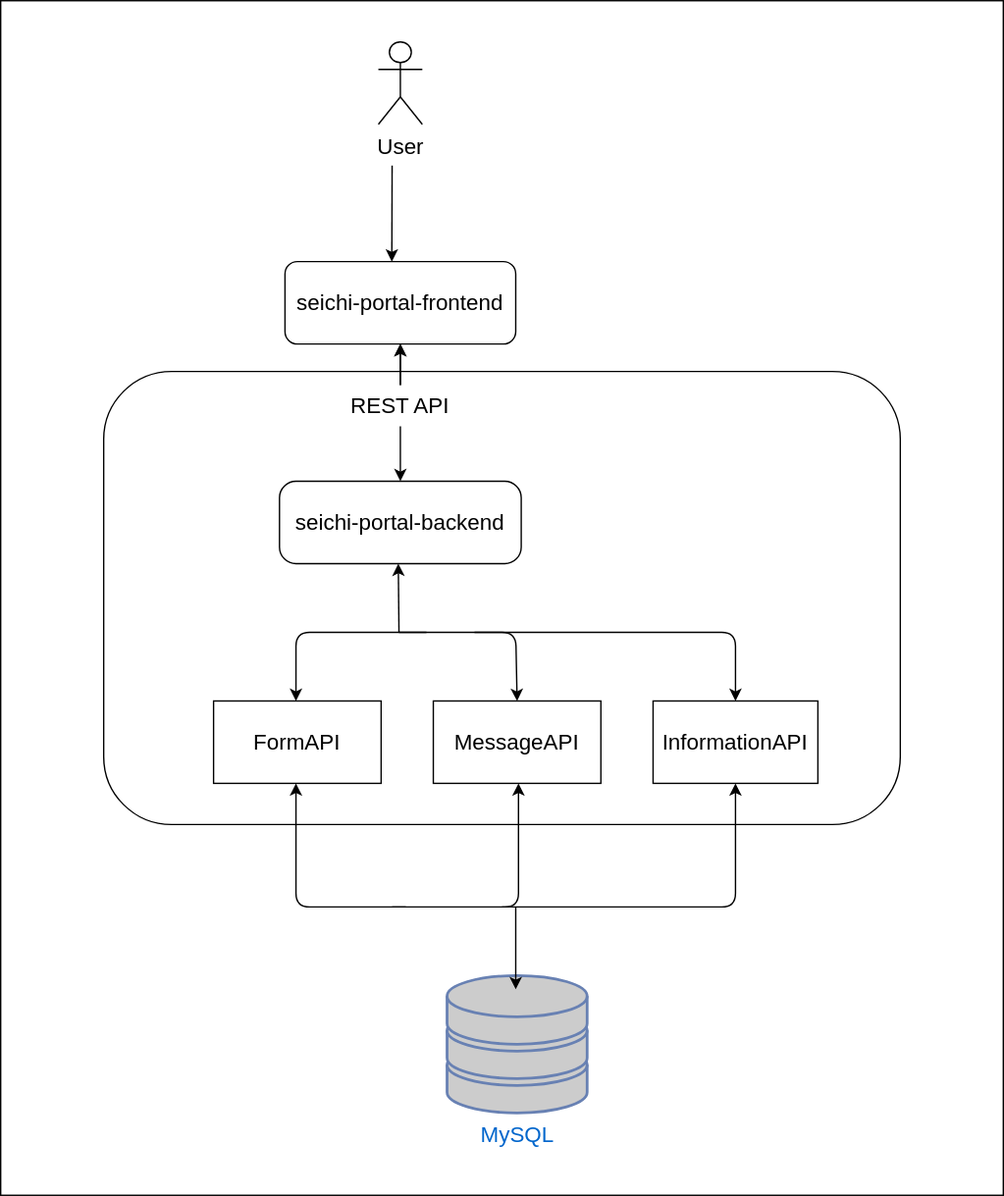
The draw.io diagram docs/overhead-view.drawio.svg in GiganticMinecraft/seichi-portal-backend, before a commit. Source tidied: cells renumbered, new cells last; positions are measured from the earlier drawing's top-left corner, leaving out a move shared by most shapes.
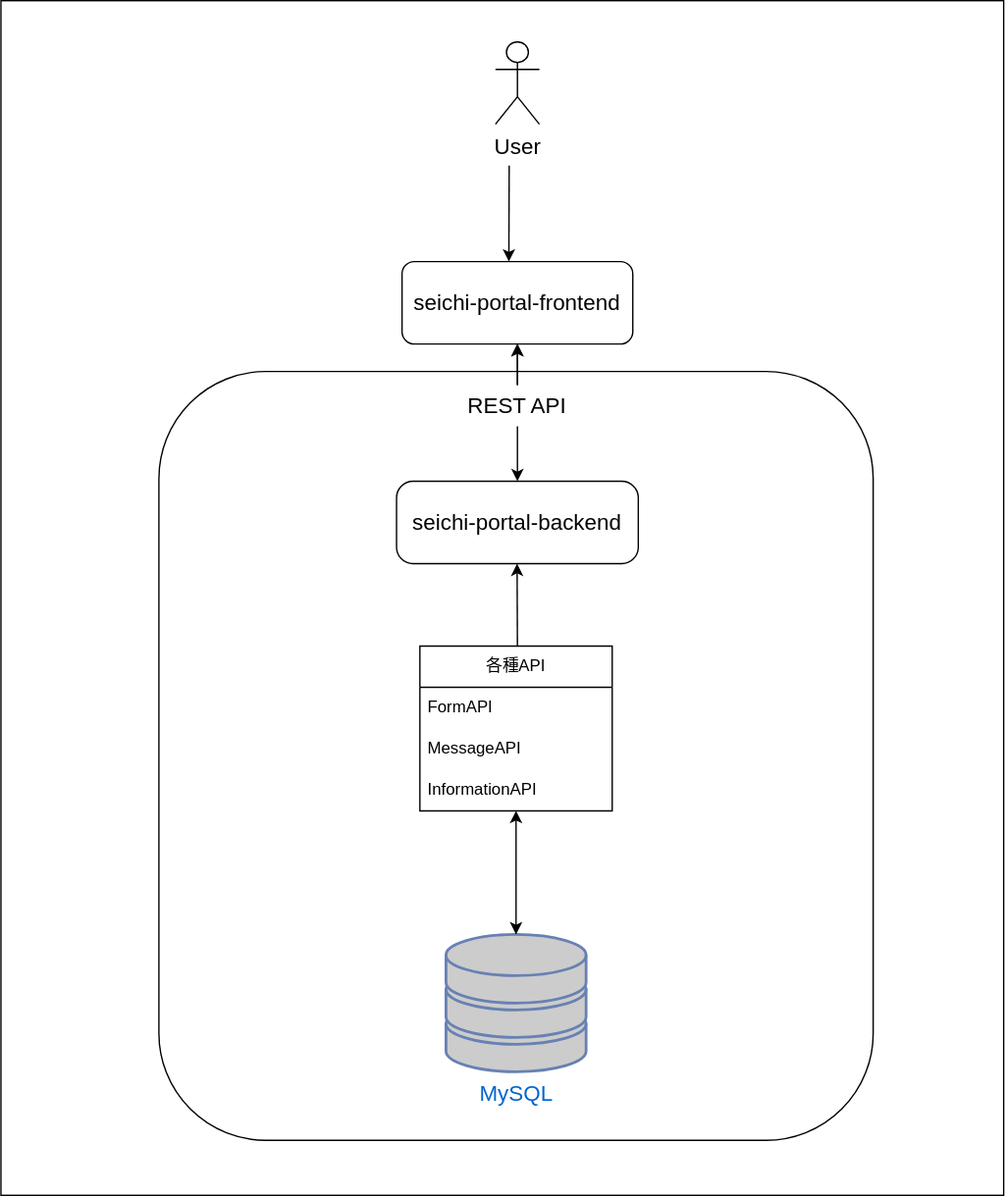
The same diagram one commit later.

Commit message:
chore: 俯瞰図の見通しをよくする

What changed in the source:
```diff
@@ -3,13 +3,13 @@
     <mxCell id="0" />
     <mxCell id="1" parent="0" />
     <mxCell id="2" style="rounded=0;whiteSpace=wrap;html=1;" parent="1" vertex="1">
-      <mxGeometry width="730" height="870" as="geometry" />
+      <mxGeometry x="-85" width="730" height="870" as="geometry" />
     </mxCell>
     <mxCell id="3" style="rounded=1;whiteSpace=wrap;html=1;strokeWidth=1;fontSize=16;" parent="1" vertex="1">
-      <mxGeometry x="75" y="270" width="580" height="330" as="geometry" />
+      <mxGeometry x="30" y="270" width="520" height="560" as="geometry" />
     </mxCell>
     <mxCell id="4" value="MySQL" style="fontColor=#0066CC;verticalAlign=top;verticalLabelPosition=bottom;labelPosition=center;align=center;html=1;outlineConnect=0;fillColor=#CCCCCC;strokeColor=#6881B3;gradientColor=none;gradientDirection=north;strokeWidth=2;shape=mxgraph.networks.storage;fontSize=16;" parent="1" vertex="1">
-      <mxGeometry x="325" y="710" width="102" height="100" as="geometry" />
+      <mxGeometry x="239" y="680" width="102" height="100" as="geometry" />
     </mxCell>
     <mxCell id="5" value="seichi-portal-backend" style="rounded=1;whiteSpace=wrap;html=1;strokeWidth=1;fontSize=16;arcSize=20;" parent="1" vertex="1">
       <mxGeometry x="203" y="350" width="176" height="60" as="geometry" />
@@ -37,78 +37,28 @@
     <mxCell id="12" style="endArrow=classic;html=1;fontSize=16;entryX=0.5;entryY=1;entryDx=0;entryDy=0;exitX=0.5;exitY=0;exitDx=0;exitDy=0;" parent="1" edge="1" source="11" target="7">
       <mxGeometry relative="1" as="geometry" />
     </mxCell>
+    <mxCell id="15" style="endArrow=classic;html=1;fontSize=16;exitX=0.5;exitY=0;exitDx=0;exitDy=0;" parent="1" edge="1">
+      <mxGeometry relative="1" as="geometry">
+        <mxPoint x="291" y="470" as="sourcePoint" />
+        <mxPoint x="290.8" y="410" as="targetPoint" />
+      </mxGeometry>
+    </mxCell>
+    <mxCell id="24" style="endArrow=classic;startArrow=classic;html=1;" parent="1" edge="1" source="4">
+      <mxGeometry relative="1" as="geometry">
+        <mxPoint x="290" y="590" as="targetPoint" />
+      </mxGeometry>
+    </mxCell>
+    <mxCell id="25" value="各種API" style="swimlane;fontStyle=0;horizontal=1;startSize=30;whiteSpace=wrap;html=1;" parent="1" vertex="1">
+      <mxGeometry x="220" y="470" width="140" height="120" as="geometry" />
+    </mxCell>
-    <mxCell id="13" value="FormAPI" style="rounded=0;whiteSpace=wrap;html=1;strokeWidth=1;fontSize=16;" parent="1" vertex="1">
-      <mxGeometry x="155" y="510" width="122" height="60" as="geometry" />
+    <mxCell id="13" value="FormAPI" style="text;strokeColor=none;fillColor=none;align=left;verticalAlign=middle;spacingLeft=4;spacingRight=4;overflow=hidden;whiteSpace=wrap;html=1;" parent="25" vertex="1">
+      <mxGeometry y="30" width="140" height="30" as="geometry" />
     </mxCell>
-    <mxCell id="14" value="MessageAPI" style="rounded=0;whiteSpace=wrap;html=1;strokeWidth=1;fontSize=16;" parent="1" vertex="1">
-      <mxGeometry x="315" y="510" width="122" height="60" as="geometry" />
+    <mxCell id="14" value="MessageAPI" style="text;strokeColor=none;fillColor=none;align=left;verticalAlign=middle;spacingLeft=4;spacingRight=4;overflow=hidden;points=[[0,0.5],[1,0.5]];portConstraint=eastwest;whiteSpace=wrap;html=1;" parent="25" vertex="1">
+      <mxGeometry y="60" width="140" height="30" as="geometry" />
     </mxCell>
-    <mxCell id="15" style="endArrow=classic;html=1;fontSize=16;" parent="1" edge="1">
-      <mxGeometry relative="1" as="geometry">
-        <mxPoint x="290" y="460" as="sourcePoint" />
-        <mxPoint x="289.5" y="410" as="targetPoint" />
-      </mxGeometry>
-    </mxCell>
-    <mxCell id="16" style="endArrow=classic;html=1;fontSize=16;" parent="1" edge="1">
-      <mxGeometry relative="1" as="geometry">
-        <mxPoint x="310" y="460" as="sourcePoint" />
-        <mxPoint x="215" y="510" as="targetPoint" />
-        <Array as="points">
-          <mxPoint x="215" y="460" />
-        </Array>
-      </mxGeometry>
-    </mxCell>
-    <mxCell id="17" style="endArrow=classic;html=1;fontSize=16;entryX=0.5;entryY=0;entryDx=0;entryDy=0;" parent="1" edge="1" target="14">
-      <mxGeometry relative="1" as="geometry">
-        <mxPoint x="290" y="460" as="sourcePoint" />
-        <Array as="points">
-          <mxPoint x="375" y="460" />
-        </Array>
-      </mxGeometry>
-    </mxCell>
-    <mxCell id="18" style="endArrow=classic;html=1;fontSize=16;" parent="1" edge="1">
-      <mxGeometry relative="1" as="geometry">
-        <mxPoint x="375" y="660" as="sourcePoint" />
-        <mxPoint x="375" y="720" as="targetPoint" />
-      </mxGeometry>
-    </mxCell>
-    <mxCell id="19" style="endArrow=classic;html=1;fontSize=16;" parent="1" edge="1">
-      <mxGeometry relative="1" as="geometry">
-        <mxPoint x="295" y="660" as="sourcePoint" />
-        <mxPoint x="215" y="570" as="targetPoint" />
-        <Array as="points">
-          <mxPoint x="215" y="660" />
-        </Array>
-      </mxGeometry>
-    </mxCell>
-    <mxCell id="20" style="endArrow=classic;html=1;fontSize=16;" parent="1" edge="1">
-      <mxGeometry relative="1" as="geometry">
-        <mxPoint x="285" y="660" as="sourcePoint" />
-        <mxPoint x="377" y="570" as="targetPoint" />
-        <Array as="points">
-          <mxPoint x="377" y="660" />
-        </Array>
-      </mxGeometry>
-    </mxCell>
-    <mxCell id="21" value="InformationAPI" style="rounded=0;whiteSpace=wrap;html=1;fontSize=16;" parent="1" vertex="1">
-      <mxGeometry x="475" y="510" width="120" height="60" as="geometry" />
+    <mxCell id="21" value="InformationAPI" style="text;strokeColor=none;fillColor=none;align=left;verticalAlign=middle;spacingLeft=4;spacingRight=4;overflow=hidden;points=[[0,0.5],[1,0.5]];portConstraint=eastwest;whiteSpace=wrap;html=1;" parent="25" vertex="1">
+      <mxGeometry y="90" width="140" height="30" as="geometry" />
     </mxCell>
-    <mxCell id="22" style="endArrow=classic;html=1;fontSize=16;" parent="1" edge="1">
-      <mxGeometry relative="1" as="geometry">
-        <mxPoint x="345" y="460" as="sourcePoint" />
-        <mxPoint x="535" y="510" as="targetPoint" />
-        <Array as="points">
-          <mxPoint x="535" y="460" />
-        </Array>
-      </mxGeometry>
-    </mxCell>
-    <mxCell id="23" style="endArrow=classic;html=1;entryX=0.5;entryY=1;entryDx=0;entryDy=0;" parent="1" edge="1" target="21">
-      <mxGeometry relative="1" as="geometry">
-        <mxPoint x="365" y="660" as="sourcePoint" />
-        <Array as="points">
-          <mxPoint x="535" y="660" />
-        </Array>
-      </mxGeometry>
-    </mxCell>
   </root>
 </mxGraphModel>
```
